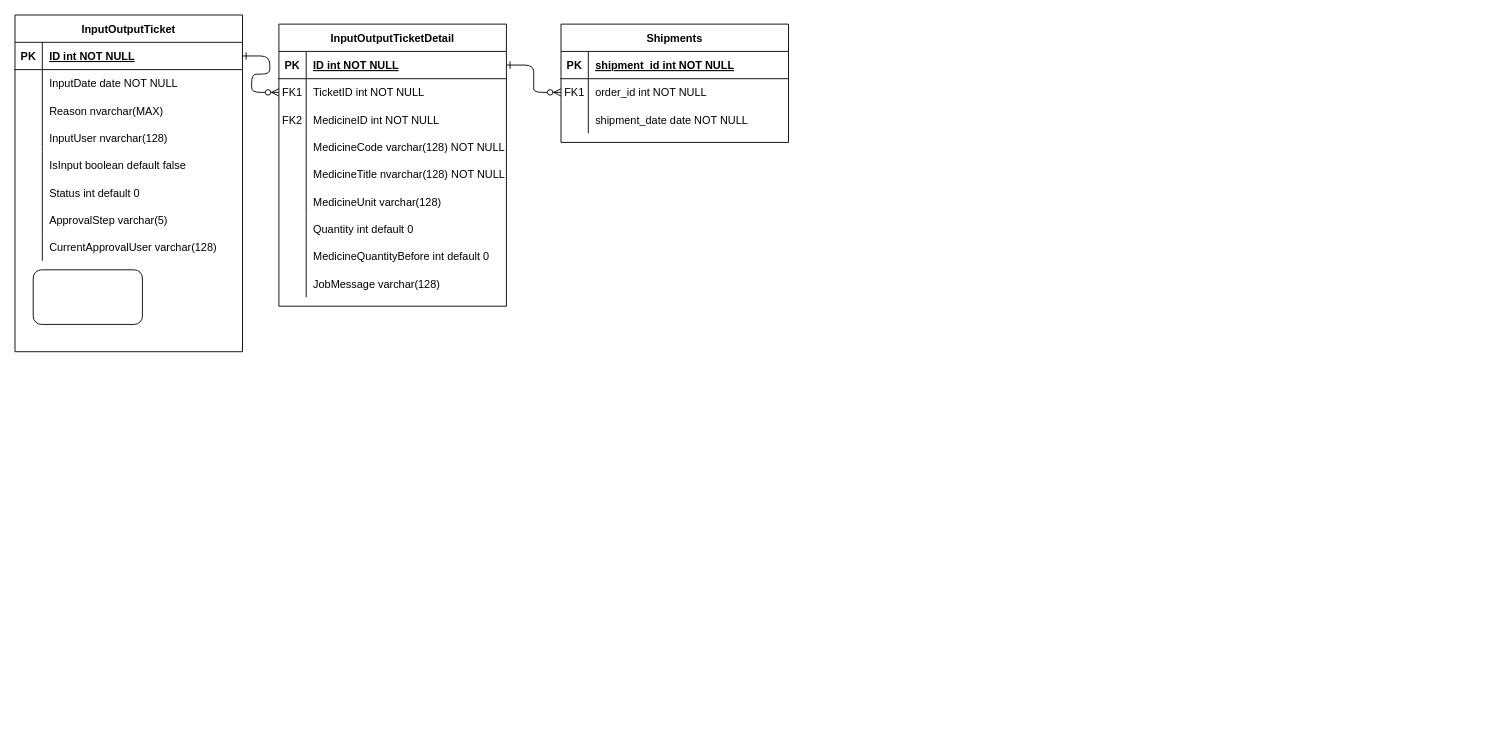
ducquynhnguyeninfo/medical-manager keeps this draw.io diagram as public/Untitled Diagram.drawio. Above is the earlier version. Source tidied: cells renumbered, new cells numbered last; positions are measured from the earlier drawing's top-left corner, leaving out a move shared by most shapes. Both pictures are drawn from the tidied source at 91%, with x=0, y=0 at pixel (15, 15).
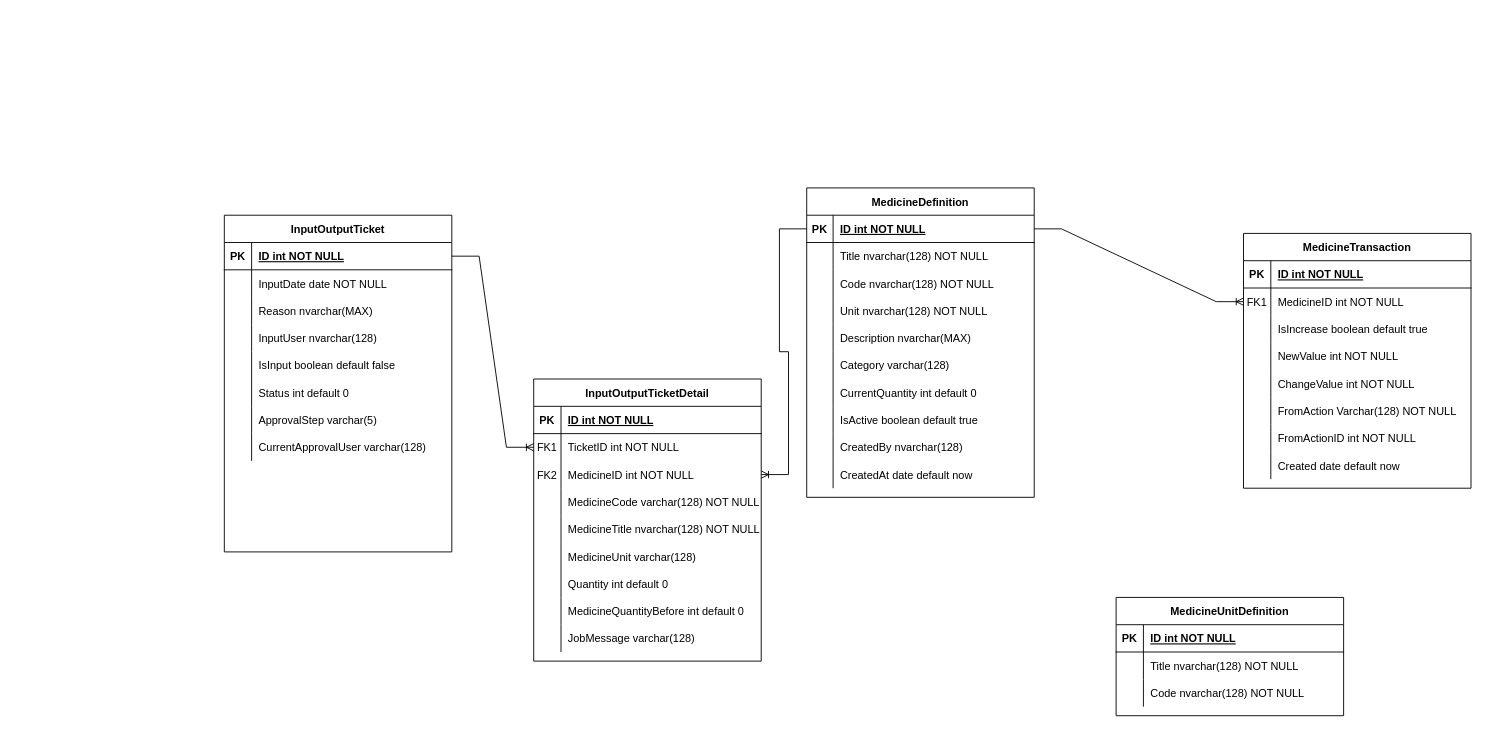
After the change.

Unchanged cells that the change refers to:
```xml
<mxCell id="5" style="shape=partialRectangle;fillColor=none;points=[[0,0.5],[1,0.5]];portConstraint=eastwest;top=0;left=0;right=0;bottom=1;" parent="4" vertex="1">
  <mxGeometry y="30" width="250" height="30" as="geometry" />
</mxCell>
<mxCell id="8" style="shape=partialRectangle;fillColor=none;points=[[0,0.5],[1,0.5]];portConstraint=eastwest;top=0;left=0;right=0;bottom=0;" parent="4" vertex="1">
  <mxGeometry y="60" width="250" height="30" as="geometry" />
</mxCell>
<mxCell id="11" style="shape=partialRectangle;fillColor=none;points=[[0,0.5],[1,0.5]];portConstraint=eastwest;top=0;left=0;right=0;bottom=0;" parent="4" vertex="1">
  <mxGeometry y="90" width="250" height="30" as="geometry" />
</mxCell>
<mxCell id="33" style="shape=partialRectangle;fillColor=none;top=0;left=0;right=0;bottom=1;" parent="32" vertex="1">
  <mxGeometry y="30" width="250" height="30" as="geometry" />
</mxCell>
<mxCell id="36" style="shape=partialRectangle;fillColor=none;points=[[0,0.5],[1,0.5]];portConstraint=eastwest;top=0;left=0;right=0;bottom=0;" parent="32" vertex="1">
  <mxGeometry y="60" width="250" height="30" as="geometry" />
</mxCell>
<mxCell id="39" style="shape=partialRectangle;fillColor=none;top=0;left=0;right=0;bottom=0;" parent="32" vertex="1">
  <mxGeometry y="90" width="250" height="30" as="geometry" />
</mxCell>
<mxCell id="43" style="shape=partialRectangle;fillColor=none;points=[[0,0.5],[1,0.5]];portConstraint=eastwest;top=0;left=0;right=0;bottom=1;" parent="42" vertex="1">
  <mxGeometry y="30" width="250" height="30" as="geometry" />
</mxCell>
```

Diff of the diagram source:
```diff
@@
-    <mxCell id="2" style="edgeStyle=entityRelationEdgeStyle;endArrow=ERzeroToMany;startArrow=ERone;endFill=1;startFill=0;" parent="1" edge="1" source="43" target="8">
-      <mxGeometry relative="1" as="geometry" />
-    </mxCell>
-    <mxCell id="3" style="edgeStyle=entityRelationEdgeStyle;endArrow=ERzeroToMany;startArrow=ERone;endFill=1;startFill=0;" parent="1" edge="1" source="5" target="36">
-      <mxGeometry relative="1" as="geometry" />
-    </mxCell>
     <mxCell id="4" value="InputOutputTicketDetail" style="shape=table;startSize=30;childLayout=tableLayout;rowLines=0;fontStyle=1;align=center;" parent="1" vertex="1">
-      <mxGeometry x="290" y="10" width="250" height="310" as="geometry" />
+      <mxGeometry x="570" y="400" width="250" height="310" as="geometry" />
     </mxCell>
@@
-    <mxCell id="32" value="Shipments" style="shape=table;startSize=30;childLayout=tableLayout;rowLines=0;fontStyle=1;align=center;" parent="1" vertex="1">
-      <mxGeometry x="600" y="10" width="250" height="130" as="geometry" />
+    <mxCell id="32" value="MedicineTransaction" style="shape=table;startSize=30;childLayout=tableLayout;rowLines=0;fontStyle=1;align=center;" parent="1" vertex="1">
+      <mxGeometry x="1350" y="240" width="250" height="280" as="geometry" />
     </mxCell>
@@
-    <mxCell id="35" value="shipment_id int NOT NULL " style="shape=partialRectangle;overflow=hidden;fillColor=none;top=0;left=0;bottom=0;right=0;align=left;spacingLeft=6;fontStyle=5;" parent="33" vertex="1">
+    <mxCell id="35" value="ID int NOT NULL " style="shape=partialRectangle;overflow=hidden;fillColor=none;top=0;left=0;bottom=0;right=0;align=left;spacingLeft=6;fontStyle=5;" parent="33" vertex="1">
       <mxGeometry x="30" width="220" height="30" as="geometry" />
     </mxCell>
@@
-    <mxCell id="38" value="order_id int NOT NULL" style="shape=partialRectangle;overflow=hidden;fillColor=none;top=0;left=0;bottom=0;right=0;align=left;spacingLeft=6;" parent="36" vertex="1">
+    <mxCell id="38" value="MedicineID int NOT NULL" style="shape=partialRectangle;overflow=hidden;fillColor=none;top=0;left=0;bottom=0;right=0;align=left;spacingLeft=6;" parent="36" vertex="1">
       <mxGeometry x="30" width="220" height="30" as="geometry" />
     </mxCell>
@@
-    <mxCell id="41" value="shipment_date date NOT NULL" style="shape=partialRectangle;overflow=hidden;fillColor=none;top=0;left=0;bottom=0;right=0;align=left;spacingLeft=6;" parent="39" vertex="1">
+    <mxCell id="41" value="IsIncrease boolean default true" style="shape=partialRectangle;overflow=hidden;fillColor=none;top=0;left=0;bottom=0;right=0;align=left;spacingLeft=6;" parent="39" vertex="1">
       <mxGeometry x="30" width="220" height="30" as="geometry" />
     </mxCell>
+    <mxCell id="68" style="shape=partialRectangle;fillColor=none;top=0;left=0;right=0;bottom=0;" parent="32" vertex="1">
+      <mxGeometry y="120" width="250" height="30" as="geometry" />
+    </mxCell>
+    <mxCell id="69" style="shape=partialRectangle;overflow=hidden;fillColor=none;top=0;left=0;bottom=0;right=0;" parent="68" vertex="1">
+      <mxGeometry width="30" height="30" as="geometry" />
+    </mxCell>
+    <mxCell id="70" value="NewValue int NOT NULL" style="shape=partialRectangle;overflow=hidden;fillColor=none;top=0;left=0;bottom=0;right=0;align=left;spacingLeft=6;" parent="68" vertex="1">
+      <mxGeometry x="30" width="220" height="30" as="geometry" />
+    </mxCell>
+    <mxCell id="71" style="shape=partialRectangle;fillColor=none;top=0;left=0;right=0;bottom=0;" parent="32" vertex="1">
+      <mxGeometry y="150" width="250" height="30" as="geometry" />
+    </mxCell>
+    <mxCell id="72" style="shape=partialRectangle;overflow=hidden;fillColor=none;top=0;left=0;bottom=0;right=0;" parent="71" vertex="1">
+      <mxGeometry width="30" height="30" as="geometry" />
+    </mxCell>
+    <mxCell id="73" value="ChangeValue int NOT NULL" style="shape=partialRectangle;overflow=hidden;fillColor=none;top=0;left=0;bottom=0;right=0;align=left;spacingLeft=6;" parent="71" vertex="1">
+      <mxGeometry x="30" width="220" height="30" as="geometry" />
+    </mxCell>
+    <mxCell id="74" style="shape=partialRectangle;fillColor=none;top=0;left=0;right=0;bottom=0;" parent="32" vertex="1">
+      <mxGeometry y="180" width="250" height="30" as="geometry" />
+    </mxCell>
+    <mxCell id="75" style="shape=partialRectangle;overflow=hidden;fillColor=none;top=0;left=0;bottom=0;right=0;" parent="74" vertex="1">
+      <mxGeometry width="30" height="30" as="geometry" />
+    </mxCell>
+    <mxCell id="76" value="FromAction Varchar(128) NOT NULL" style="shape=partialRectangle;overflow=hidden;fillColor=none;top=0;left=0;bottom=0;right=0;align=left;spacingLeft=6;" parent="74" vertex="1">
+      <mxGeometry x="30" width="220" height="30" as="geometry" />
+    </mxCell>
+    <mxCell id="77" style="shape=partialRectangle;fillColor=none;top=0;left=0;right=0;bottom=0;" parent="32" vertex="1">
+      <mxGeometry y="210" width="250" height="30" as="geometry" />
+    </mxCell>
+    <mxCell id="78" style="shape=partialRectangle;overflow=hidden;fillColor=none;top=0;left=0;bottom=0;right=0;" parent="77" vertex="1">
+      <mxGeometry width="30" height="30" as="geometry" />
+    </mxCell>
+    <mxCell id="79" value="FromActionID int NOT NULL" style="shape=partialRectangle;overflow=hidden;fillColor=none;top=0;left=0;bottom=0;right=0;align=left;spacingLeft=6;" parent="77" vertex="1">
+      <mxGeometry x="30" width="220" height="30" as="geometry" />
+    </mxCell>
+    <mxCell id="80" style="shape=partialRectangle;fillColor=none;top=0;left=0;right=0;bottom=0;" parent="32" vertex="1">
+      <mxGeometry y="240" width="250" height="30" as="geometry" />
+    </mxCell>
+    <mxCell id="81" style="shape=partialRectangle;overflow=hidden;fillColor=none;top=0;left=0;bottom=0;right=0;" parent="80" vertex="1">
+      <mxGeometry width="30" height="30" as="geometry" />
+    </mxCell>
+    <mxCell id="82" value="Created date default now" style="shape=partialRectangle;overflow=hidden;fillColor=none;top=0;left=0;bottom=0;right=0;align=left;spacingLeft=6;" parent="80" vertex="1">
+      <mxGeometry x="30" width="220" height="30" as="geometry" />
+    </mxCell>
     <mxCell id="42" value="InputOutputTicket" style="shape=table;startSize=30;childLayout=tableLayout;rowLines=0;fontStyle=1;align=center;" parent="1" vertex="1">
-      <mxGeometry width="250" height="370" as="geometry" />
+      <mxGeometry x="230" y="220" width="250" height="370" as="geometry" />
     </mxCell>
@@
-    <mxCell id="67" style="rounded=1;whiteSpace=wrap;html=1;" parent="1" vertex="1">
-      <mxGeometry x="20" y="280" width="120" height="60" as="geometry" />
-    </mxCell>
+    <mxCell id="83" value="MedicineDefinition" style="shape=table;startSize=30;childLayout=tableLayout;rowLines=0;fontStyle=1;align=center;" parent="1" vertex="1">
+      <mxGeometry x="870" y="190" width="250" height="340" as="geometry" />
+    </mxCell>
+    <mxCell id="84" style="shape=partialRectangle;fillColor=none;points=[[0,0.5],[1,0.5]];portConstraint=eastwest;top=0;left=0;right=0;bottom=1;" parent="83" vertex="1">
+      <mxGeometry y="30" width="250" height="30" as="geometry" />
+    </mxCell>
+    <mxCell id="85" value="PK" style="shape=partialRectangle;overflow=hidden;fillColor=none;top=0;left=0;bottom=0;right=0;fontStyle=1;" parent="84" vertex="1">
+      <mxGeometry width="29" height="30" as="geometry" />
+    </mxCell>
+    <mxCell id="86" value="ID int NOT NULL " style="shape=partialRectangle;overflow=hidden;fillColor=none;top=0;left=0;bottom=0;right=0;align=left;spacingLeft=6;fontStyle=5;" parent="84" vertex="1">
+      <mxGeometry x="29" width="221" height="30" as="geometry" />
+    </mxCell>
+    <mxCell id="87" style="shape=partialRectangle;fillColor=none;top=0;left=0;right=0;bottom=0;" parent="83" vertex="1">
+      <mxGeometry y="60" width="250" height="30" as="geometry" />
+    </mxCell>
+    <mxCell id="88" style="shape=partialRectangle;overflow=hidden;fillColor=none;top=0;left=0;bottom=0;right=0;" parent="87" vertex="1">
+      <mxGeometry width="29" height="30" as="geometry" />
+    </mxCell>
+    <mxCell id="89" value="Title nvarchar(128) NOT NULL" style="shape=partialRectangle;overflow=hidden;fillColor=none;top=0;left=0;bottom=0;right=0;align=left;spacingLeft=6;" parent="87" vertex="1">
+      <mxGeometry x="29" width="221" height="30" as="geometry" />
+    </mxCell>
+    <mxCell id="90" style="shape=partialRectangle;fillColor=none;top=0;left=0;right=0;bottom=0;" parent="83" vertex="1">
+      <mxGeometry y="90" width="250" height="30" as="geometry" />
+    </mxCell>
+    <mxCell id="91" style="shape=partialRectangle;overflow=hidden;fillColor=none;top=0;left=0;bottom=0;right=0;" parent="90" vertex="1">
+      <mxGeometry width="29" height="30" as="geometry" />
+    </mxCell>
+    <mxCell id="92" value="Code nvarchar(128) NOT NULL" style="shape=partialRectangle;overflow=hidden;fillColor=none;top=0;left=0;bottom=0;right=0;align=left;spacingLeft=6;" parent="90" vertex="1">
+      <mxGeometry x="29" width="221" height="30" as="geometry" />
+    </mxCell>
+    <mxCell id="93" style="shape=partialRectangle;fillColor=none;top=0;left=0;right=0;bottom=0;" parent="83" vertex="1">
+      <mxGeometry y="120" width="250" height="30" as="geometry" />
+    </mxCell>
+    <mxCell id="94" style="shape=partialRectangle;overflow=hidden;fillColor=none;top=0;left=0;bottom=0;right=0;" parent="93" vertex="1">
+      <mxGeometry width="29" height="30" as="geometry" />
+    </mxCell>
+    <mxCell id="95" value="Unit nvarchar(128) NOT NULL" style="shape=partialRectangle;overflow=hidden;fillColor=none;top=0;left=0;bottom=0;right=0;align=left;spacingLeft=6;" parent="93" vertex="1">
+      <mxGeometry x="29" width="221" height="30" as="geometry" />
+    </mxCell>
+    <mxCell id="96" style="shape=partialRectangle;fillColor=none;top=0;left=0;right=0;bottom=0;" parent="83" vertex="1">
+      <mxGeometry y="150" width="250" height="30" as="geometry" />
+    </mxCell>
+    <mxCell id="97" style="shape=partialRectangle;overflow=hidden;fillColor=none;top=0;left=0;bottom=0;right=0;" parent="96" vertex="1">
+      <mxGeometry width="29" height="30" as="geometry" />
+    </mxCell>
+    <mxCell id="98" value="Description nvarchar(MAX)" style="shape=partialRectangle;overflow=hidden;fillColor=none;top=0;left=0;bottom=0;right=0;align=left;spacingLeft=6;" parent="96" vertex="1">
+      <mxGeometry x="29" width="221" height="30" as="geometry" />
+    </mxCell>
+    <mxCell id="99" style="shape=partialRectangle;fillColor=none;top=0;left=0;right=0;bottom=0;" parent="83" vertex="1">
+      <mxGeometry y="180" width="250" height="30" as="geometry" />
+    </mxCell>
+    <mxCell id="100" style="shape=partialRectangle;overflow=hidden;fillColor=none;top=0;left=0;bottom=0;right=0;" parent="99" vertex="1">
+      <mxGeometry width="29" height="30" as="geometry" />
+    </mxCell>
+    <mxCell id="101" value="Category varchar(128)" style="shape=partialRectangle;overflow=hidden;fillColor=none;top=0;left=0;bottom=0;right=0;align=left;spacingLeft=6;" parent="99" vertex="1">
+      <mxGeometry x="29" width="221" height="30" as="geometry" />
+    </mxCell>
+    <mxCell id="102" style="shape=partialRectangle;fillColor=none;top=0;left=0;right=0;bottom=0;" parent="83" vertex="1">
+      <mxGeometry y="210" width="250" height="30" as="geometry" />
+    </mxCell>
+    <mxCell id="103" style="shape=partialRectangle;overflow=hidden;fillColor=none;top=0;left=0;bottom=0;right=0;" parent="102" vertex="1">
+      <mxGeometry width="29" height="30" as="geometry" />
+    </mxCell>
+    <mxCell id="104" value="CurrentQuantity int default 0" style="shape=partialRectangle;overflow=hidden;fillColor=none;top=0;left=0;bottom=0;right=0;align=left;spacingLeft=6;" parent="102" vertex="1">
+      <mxGeometry x="29" width="221" height="30" as="geometry" />
+    </mxCell>
+    <mxCell id="105" style="shape=partialRectangle;fillColor=none;top=0;left=0;right=0;bottom=0;" parent="83" vertex="1">
+      <mxGeometry y="240" width="250" height="30" as="geometry" />
+    </mxCell>
+    <mxCell id="106" style="shape=partialRectangle;overflow=hidden;fillColor=none;top=0;left=0;bottom=0;right=0;" parent="105" vertex="1">
+      <mxGeometry width="29" height="30" as="geometry" />
+    </mxCell>
+    <mxCell id="107" value="IsActive boolean default true" style="shape=partialRectangle;overflow=hidden;fillColor=none;top=0;left=0;bottom=0;right=0;align=left;spacingLeft=6;" parent="105" vertex="1">
+      <mxGeometry x="29" width="221" height="30" as="geometry" />
+    </mxCell>
+    <mxCell id="108" style="shape=partialRectangle;fillColor=none;top=0;left=0;right=0;bottom=0;" parent="83" vertex="1">
+      <mxGeometry y="270" width="250" height="30" as="geometry" />
+    </mxCell>
+    <mxCell id="109" style="shape=partialRectangle;overflow=hidden;fillColor=none;top=0;left=0;bottom=0;right=0;" parent="108" vertex="1">
+      <mxGeometry width="29" height="30" as="geometry" />
+    </mxCell>
+    <mxCell id="110" value="CreatedBy nvarchar(128)" style="shape=partialRectangle;overflow=hidden;fillColor=none;top=0;left=0;bottom=0;right=0;align=left;spacingLeft=6;" parent="108" vertex="1">
+      <mxGeometry x="29" width="221" height="30" as="geometry" />
+    </mxCell>
+    <mxCell id="111" style="shape=partialRectangle;fillColor=none;top=0;left=0;right=0;bottom=0;" parent="83" vertex="1">
+      <mxGeometry y="300" width="250" height="30" as="geometry" />
+    </mxCell>
+    <mxCell id="112" style="shape=partialRectangle;overflow=hidden;fillColor=none;top=0;left=0;bottom=0;right=0;" parent="111" vertex="1">
+      <mxGeometry width="29" height="30" as="geometry" />
+    </mxCell>
+    <mxCell id="113" value="CreatedAt date default now" style="shape=partialRectangle;overflow=hidden;fillColor=none;top=0;left=0;bottom=0;right=0;align=left;spacingLeft=6;" parent="111" vertex="1">
+      <mxGeometry x="29" width="221" height="30" as="geometry" />
+    </mxCell>
+    <mxCell id="2" style="edgeStyle=entityRelationEdgeStyle;fontSize=12;html=1;endArrow=ERoneToMany;rounded=0;entryX=0;entryY=0.5;entryDx=0;entryDy=0;" parent="1" edge="1" source="43" target="8">
+      <mxGeometry relative="1" as="geometry" />
+    </mxCell>
+    <mxCell id="114" style="edgeStyle=entityRelationEdgeStyle;fontSize=12;html=1;endArrow=ERoneToMany;rounded=0;entryX=1;entryY=0.5;entryDx=0;entryDy=0;" parent="1" edge="1" source="84" target="11">
+      <mxGeometry relative="1" as="geometry" />
+    </mxCell>
+    <mxCell id="115" style="edgeStyle=entityRelationEdgeStyle;fontSize=12;html=1;endArrow=ERoneToMany;rounded=0;" parent="1" edge="1" source="84" target="36">
+      <mxGeometry relative="1" as="geometry" />
+    </mxCell>
+    <mxCell id="116" value="MedicineUnitDefinition" style="shape=table;startSize=30;childLayout=tableLayout;rowLines=0;fontStyle=1;align=center;" parent="1" vertex="1">
+      <mxGeometry x="1210" y="640" width="250" height="130" as="geometry" />
+    </mxCell>
+    <mxCell id="117" style="shape=partialRectangle;fillColor=none;top=0;left=0;right=0;bottom=1;" parent="116" vertex="1">
+      <mxGeometry y="30" width="250" height="30" as="geometry" />
+    </mxCell>
+    <mxCell id="118" value="PK" style="shape=partialRectangle;overflow=hidden;fillColor=none;top=0;left=0;bottom=0;right=0;fontStyle=1;" parent="117" vertex="1">
+      <mxGeometry width="30" height="30" as="geometry" />
+    </mxCell>
+    <mxCell id="119" value="ID int NOT NULL " style="shape=partialRectangle;overflow=hidden;fillColor=none;top=0;left=0;bottom=0;right=0;align=left;spacingLeft=6;fontStyle=5;" parent="117" vertex="1">
+      <mxGeometry x="30" width="220" height="30" as="geometry" />
+    </mxCell>
+    <mxCell id="120" style="shape=partialRectangle;fillColor=none;top=0;left=0;right=0;bottom=0;" parent="116" vertex="1">
+      <mxGeometry y="60" width="250" height="30" as="geometry" />
+    </mxCell>
+    <mxCell id="121" style="shape=partialRectangle;overflow=hidden;fillColor=none;top=0;left=0;bottom=0;right=0;" parent="120" vertex="1">
+      <mxGeometry width="30" height="30" as="geometry" />
+    </mxCell>
+    <mxCell id="122" value="Title nvarchar(128) NOT NULL" style="shape=partialRectangle;overflow=hidden;fillColor=none;top=0;left=0;bottom=0;right=0;align=left;spacingLeft=6;" parent="120" vertex="1">
+      <mxGeometry x="30" width="220" height="30" as="geometry" />
+    </mxCell>
+    <mxCell id="123" style="shape=partialRectangle;fillColor=none;top=0;left=0;right=0;bottom=0;" parent="116" vertex="1">
+      <mxGeometry y="90" width="250" height="30" as="geometry" />
+    </mxCell>
+    <mxCell id="124" style="shape=partialRectangle;overflow=hidden;fillColor=none;top=0;left=0;bottom=0;right=0;" parent="123" vertex="1">
+      <mxGeometry width="30" height="30" as="geometry" />
+    </mxCell>
+    <mxCell id="125" value="Code nvarchar(128) NOT NULL" style="shape=partialRectangle;overflow=hidden;fillColor=none;top=0;left=0;bottom=0;right=0;align=left;spacingLeft=6;" parent="123" vertex="1">
+      <mxGeometry x="30" width="220" height="30" as="geometry" />
+    </mxCell>
```
